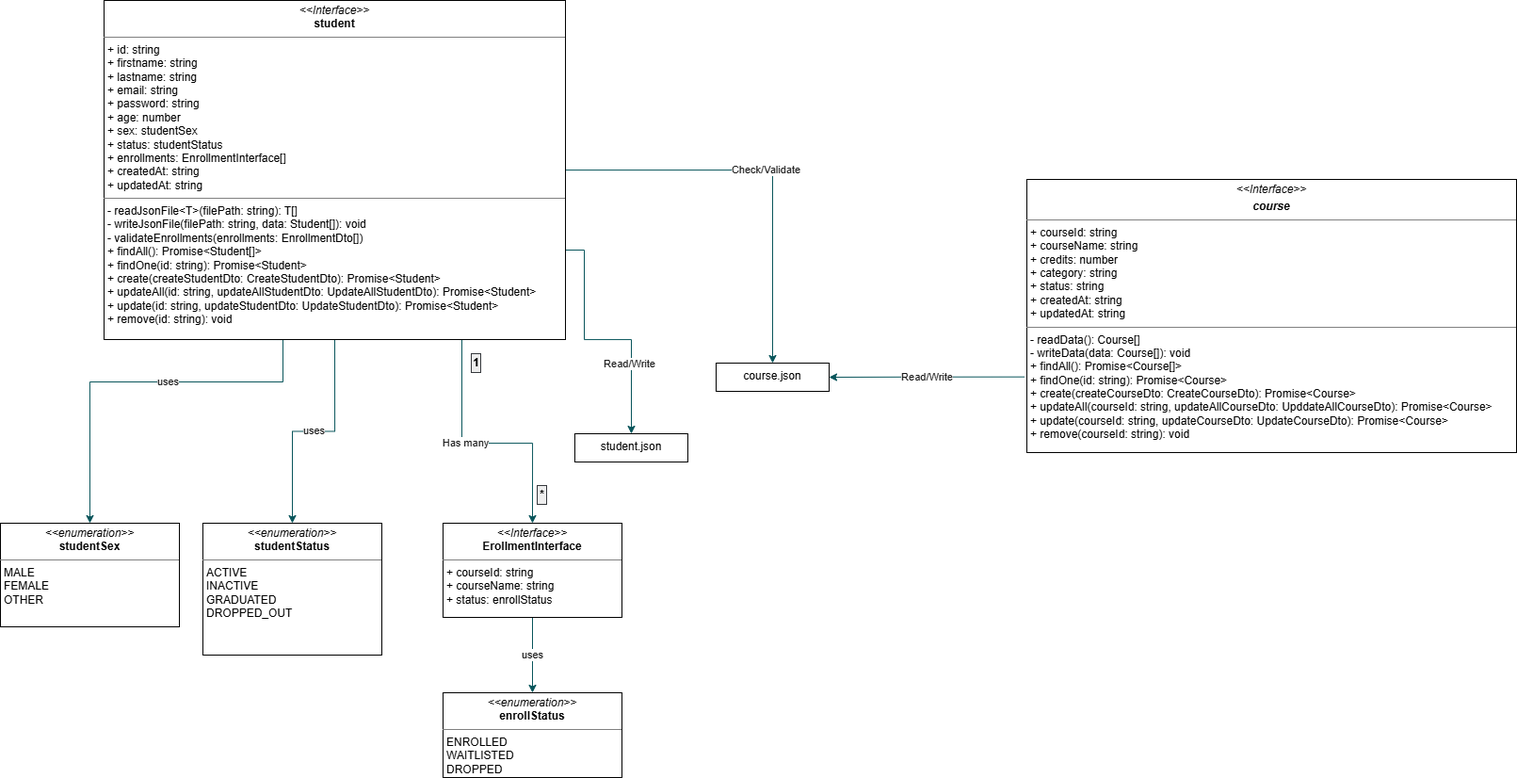
R4zym/oop-typescript-final-project-2026 keeps this draw.io diagram as docs/uml-diagram.png. Above is the earlier version. Source tidied: cells renumbered, new cells last; positions are measured from the earlier drawing's top-left corner, leaving out a move shared by most shapes.
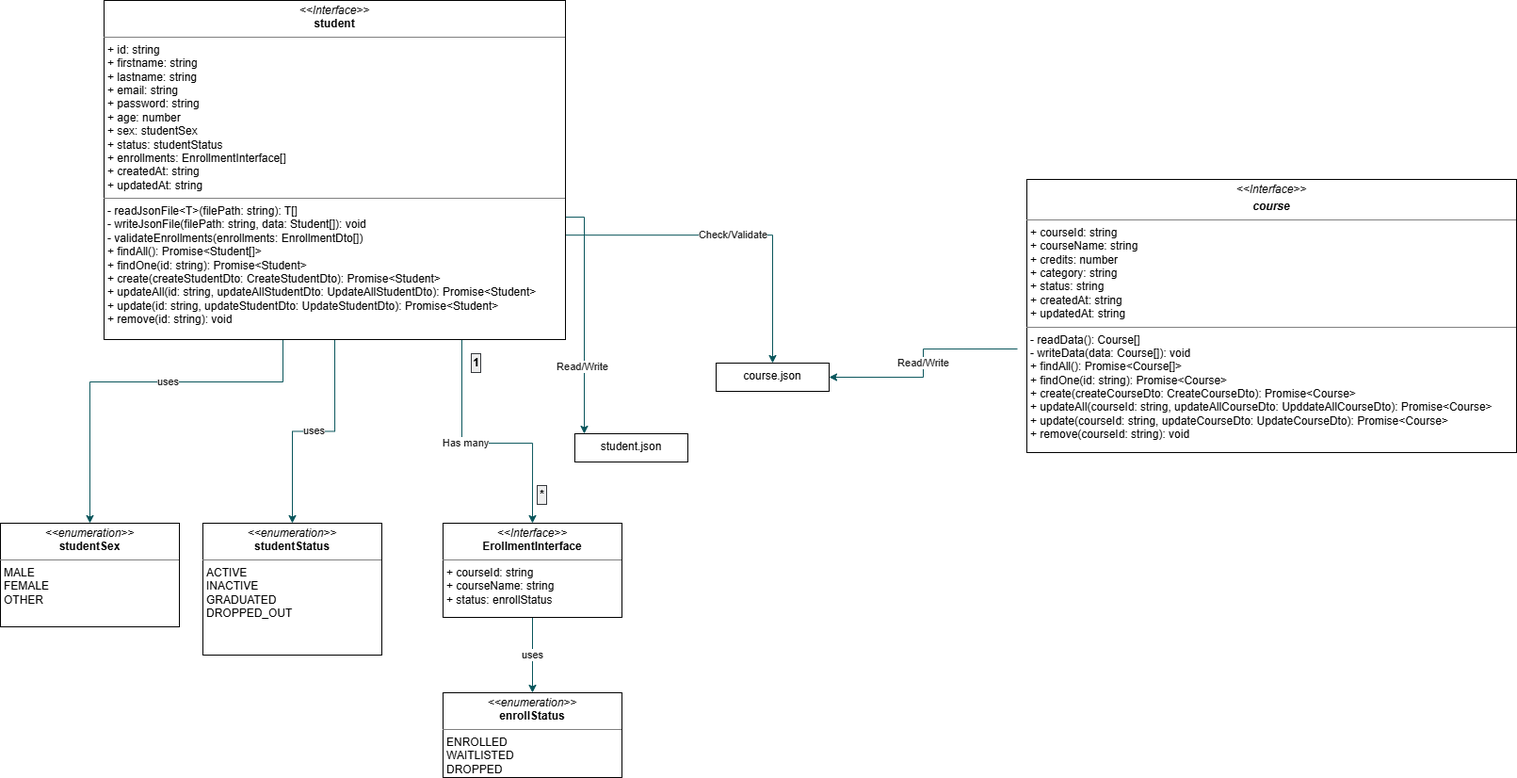
The same diagram one commit later.

The edit, as a diff of the source:
```diff
@@ -22,14 +22,13 @@
         </Array>
       </mxGeometry>
     </mxCell>
-    <mxCell id="5" value="Check/Validate" style="edgeStyle=orthogonalEdgeStyle;rounded=0;jettySize=auto;html=1;strokeColor=#09555B;fontColor=#1A1A1A;" parent="1" edge="1" source="8" target="19">
+    <mxCell id="5" value="Check/Validate" style="edgeStyle=orthogonalEdgeStyle;rounded=0;jettySize=auto;html=1;strokeColor=#09555B;fontColor=#1A1A1A;exitX=1;exitY=0.692;exitDx=0;exitDy=0;exitPerimeter=0;" parent="1" edge="1" source="8" target="19">
       <mxGeometry relative="1" as="geometry" />
     </mxCell>
     <mxCell id="6" style="edgeStyle=orthogonalEdgeStyle;rounded=0;jettySize=auto;html=1;strokeColor=#09555B;fontColor=#1A1A1A;" parent="1" edge="1" source="8" target="20">
       <mxGeometry relative="1" as="geometry">
         <Array as="points">
-          <mxPoint x="620" y="265" />
-          <mxPoint x="620" y="360" />
+          <mxPoint x="620" y="230" />
         </Array>
       </mxGeometry>
     </mxCell>
@@ -39,8 +38,10 @@
     <mxCell id="8" value="&lt;p style=&quot;margin:0px;margin-top:4px;text-align:center;&quot;&gt;&lt;i&gt;&amp;lt;&amp;lt;Interface&amp;gt;&amp;gt;&lt;/i&gt;&lt;br&gt;&lt;b&gt;student&lt;/b&gt;&lt;/p&gt;&lt;hr size=&quot;1&quot; style=&quot;border-style:solid;&quot;&gt;&lt;p style=&quot;margin:0px;margin-left:4px;&quot;&gt;+ id: string&lt;br&gt;+ firstname: string&lt;/p&gt;&lt;p style=&quot;margin:0px;margin-left:4px;&quot;&gt;+ lastname: string&lt;br&gt;+ email: string&lt;br&gt;+ password: string&lt;br&gt;+ age: number&lt;br&gt;+ sex: studentSex&lt;br&gt;+ status: studentStatus&lt;br&gt;+ enrollments: EnrollmentInterface[]&lt;br&gt;+ createdAt: string&lt;br&gt;+ updatedAt: string&lt;/p&gt;&lt;hr size=&quot;1&quot; style=&quot;border-style:solid;&quot;&gt;&lt;p style=&quot;margin:0px;margin-left:4px;&quot;&gt;- readJsonFile&amp;lt;T&amp;gt;(filePath: string): T[]&lt;br&gt;- writeJsonFile(filePath: string, data: Student[]): void&lt;br&gt;- validateEnrollments(enrollments: EnrollmentDto[])&lt;/p&gt;&lt;p style=&quot;margin:0px;margin-left:4px;&quot;&gt;+ findAll(): Promise&amp;lt;Student[]&amp;gt;&lt;br&gt;+ findOne(id: string): Promise&amp;lt;Student&amp;gt;&lt;br&gt;+ create(createStudentDto: CreateStudentDto): Promise&amp;lt;Student&amp;gt;&lt;/p&gt;&lt;p style=&quot;margin:0px;margin-left:4px;&quot;&gt;+ updateAll(id: string, updateAllStudentDto: UpdateAllStudentDto): Promise&amp;lt;Student&amp;gt;&lt;br&gt;+ update(id: string, updateStudentDto: UpdateStudentDto):&amp;nbsp;&lt;span style=&quot;background-color: transparent; color: light-dark(rgb(0, 0, 0), rgb(255, 255, 255));&quot;&gt;Promise&amp;lt;Student&amp;gt;&lt;/span&gt;&lt;/p&gt;&lt;p style=&quot;margin:0px;margin-left:4px;&quot;&gt;+ remove(id: string): void&lt;/p&gt;" style="verticalAlign=top;align=left;overflow=fill;html=1;whiteSpace=wrap;" parent="1" vertex="1">
       <mxGeometry x="110" width="490" height="360" as="geometry" />
     </mxCell>
-    <mxCell id="9" value="Read/Write" style="edgeStyle=orthogonalEdgeStyle;rounded=0;jettySize=auto;html=1;exitX=-0.005;exitY=0.723;exitDx=0;exitDy=0;entryX=1;entryY=0.5;entryDx=0;entryDy=0;strokeColor=#09555B;fontColor=#1A1A1A;exitPerimeter=0;" parent="1" edge="1" source="10" target="19">
-      <mxGeometry relative="1" as="geometry" />
+    <mxCell id="9" value="Read/Write" style="edgeStyle=orthogonalEdgeStyle;rounded=0;jettySize=auto;html=1;entryX=1;entryY=0.5;entryDx=0;entryDy=0;strokeColor=#09555B;fontColor=#1A1A1A;" parent="1" edge="1" target="19">
+      <mxGeometry relative="1" as="geometry">
+        <mxPoint x="1080" y="370" as="sourcePoint" />
+      </mxGeometry>
     </mxCell>
     <mxCell id="10" value="&lt;p style=&quot;margin:0px;margin-top:4px;text-align:center;&quot;&gt;&lt;i&gt;&amp;lt;&amp;lt;Interface&amp;gt;&amp;gt;&lt;/i&gt;&lt;br&gt;&lt;/p&gt;&lt;p style=&quot;margin:0px;margin-top:4px;text-align:center;&quot;&gt;&lt;b&gt;&lt;i&gt;course&lt;/i&gt;&lt;/b&gt;&lt;/p&gt;&lt;hr size=&quot;1&quot; style=&quot;border-style:solid;&quot;&gt;&lt;p style=&quot;margin:0px;margin-left:4px;&quot;&gt;+ courseId: string&lt;/p&gt;&lt;p style=&quot;margin:0px;margin-left:4px;&quot;&gt;+ courseName: string&lt;br&gt;+ credits: number&lt;br&gt;+&amp;nbsp;category: string&lt;br&gt;+&amp;nbsp;status: string&lt;br&gt;+ createdAt: string&lt;br&gt;+ updatedAt: string&lt;/p&gt;&lt;hr size=&quot;1&quot; style=&quot;border-style:solid;&quot;&gt;&lt;p style=&quot;margin:0px;margin-left:4px;&quot;&gt;- readData(): Course[]&lt;br&gt;- writeData(data: Course[]): void&lt;/p&gt;&lt;p style=&quot;margin:0px;margin-left:4px;&quot;&gt;+ findAll(): Promise&amp;lt;Course[]&amp;gt;&lt;br&gt;+ findOne(id: string): Promise&amp;lt;Course&amp;gt;&lt;br&gt;+&amp;nbsp;create(createCourseDto: CreateCourseDto): Promise&amp;lt;Course&amp;gt;&lt;/p&gt;&lt;p style=&quot;margin:0px;margin-left:4px;&quot;&gt;+ updateAll(courseId: string, updateAllCourseDto: UpddateAllCourseDto): Promise&amp;lt;Course&amp;gt;&lt;br&gt;+&amp;nbsp;update(courseId: string, updateCourseDto: UpdateCourseDto): Promise&amp;lt;Course&amp;gt;&lt;br&gt;+&amp;nbsp;remove(courseId: string): void&lt;/p&gt;" style="verticalAlign=top;align=left;overflow=fill;html=1;whiteSpace=wrap;" parent="1" vertex="1">
       <mxGeometry x="1090" y="190" width="520" height="290" as="geometry" />
```
